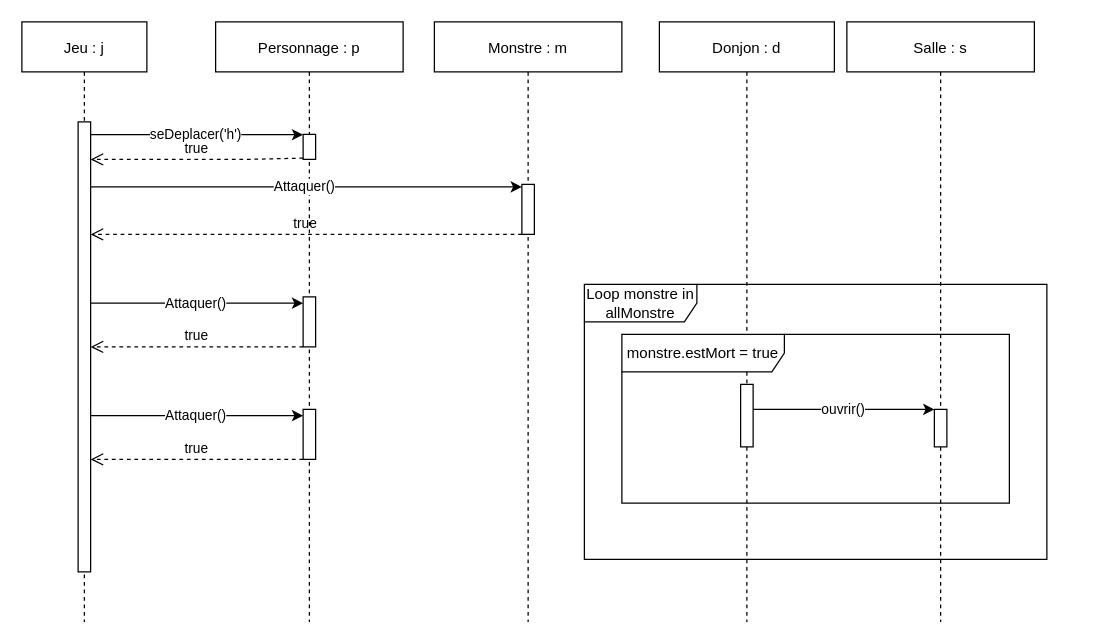
Earlier version of the draw.io diagram Diagrammes/Diagrammes de séquences/Diagramme de sequence - Scenario3.drawio (Eoloc/M1MIAGE_ProjetUML). Source tidied: cells renumbered, new cells numbered last; positions are measured from the earlier drawing's top-left corner, leaving out a move shared by most shapes. Both pictures are drawn from the tidied source at 125%, with x=0, y=0 at pixel (21, 21).
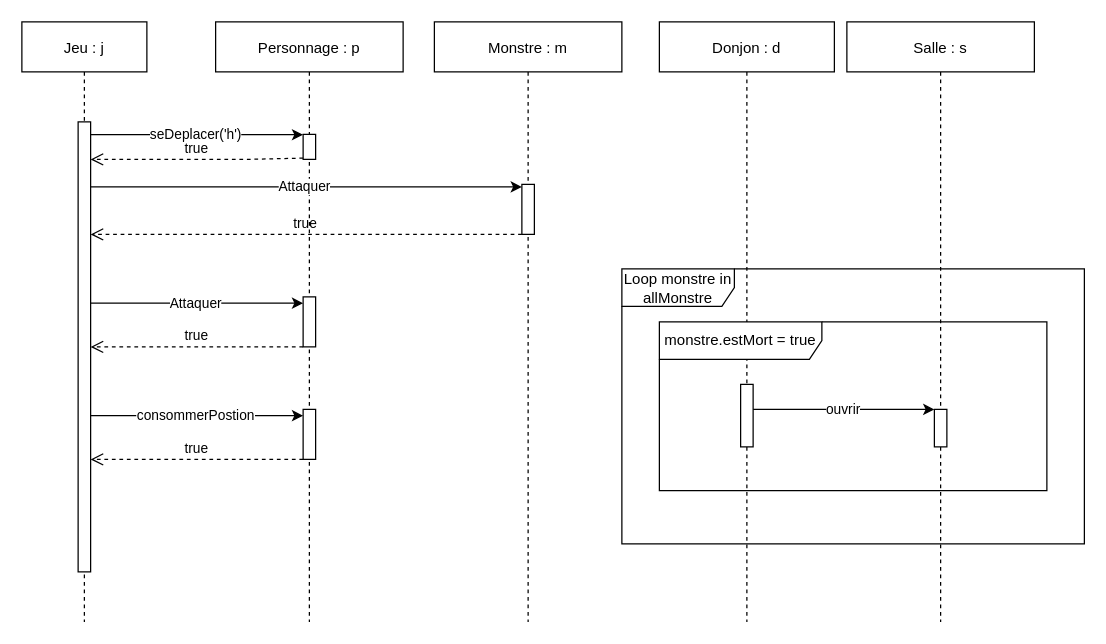
Above is the later version.

The change refers to these unchanged cells:
```xml
<mxCell id="3" style="points=[];perimeter=orthogonalPerimeter;rounded=0;shadow=0;strokeWidth=1;" parent="2" vertex="1">
  <mxGeometry x="45" y="80" width="10" height="360" as="geometry" />
</mxCell>
<mxCell id="7" style="points=[];perimeter=orthogonalPerimeter;rounded=0;shadow=0;strokeWidth=1;" parent="6" vertex="1">
  <mxGeometry x="65" y="290" width="10" height="50" as="geometry" />
</mxCell>
<mxCell id="9" style="points=[];perimeter=orthogonalPerimeter;rounded=0;shadow=0;strokeWidth=1;" parent="8" vertex="1">
  <mxGeometry x="70" y="310" width="10" height="30" as="geometry" />
</mxCell>
<mxCell id="13" style="points=[];perimeter=orthogonalPerimeter;rounded=0;shadow=0;strokeWidth=1;" parent="12" vertex="1">
  <mxGeometry x="70" y="130" width="10" height="40" as="geometry" />
</mxCell>
<mxCell id="16" style="points=[];perimeter=orthogonalPerimeter;rounded=0;shadow=0;strokeWidth=1;" parent="1" vertex="1">
  <mxGeometry x="225" y="220" width="10" height="40" as="geometry" />
</mxCell>
<mxCell id="21" style="points=[];perimeter=orthogonalPerimeter;rounded=0;shadow=0;strokeWidth=1;" parent="1" vertex="1">
  <mxGeometry x="225" y="310" width="10" height="40" as="geometry" />
</mxCell>
```

The edit, as a diff of the source:
```diff
@@
-    <mxCell id="14" value="Attaquer()" style="endArrow=classic;html=1;entryX=0;entryY=0.125;entryDx=0;entryDy=0;entryPerimeter=0;" parent="1" edge="1" source="3" target="16">
-      <mxGeometry x="-0.01" relative="1" as="geometry" />
+    <mxCell id="14" value="Attaquer" style="endArrow=classic;html=1;entryX=0;entryY=0.125;entryDx=0;entryDy=0;entryPerimeter=0;" parent="1" edge="1">
+      <mxGeometry x="-0.01" relative="1" as="geometry">
+        <mxPoint x="55" y="225" as="sourcePoint" />
+        <mxPoint x="225" y="225" as="targetPoint" />
+      </mxGeometry>
     </mxCell>
-    <mxCell id="15" value="Attaquer()" style="endArrow=classic;html=1;entryX=0;entryY=0.05;entryDx=0;entryDy=0;entryPerimeter=0;" parent="1" edge="1" source="3" target="13">
+    <mxCell id="15" value="Attaquer" style="endArrow=classic;html=1;entryX=0;entryY=0.05;entryDx=0;entryDy=0;entryPerimeter=0;" parent="1" edge="1" source="3" target="13">
       <mxGeometry x="-0.01" relative="1" as="geometry" />
     </mxCell>
@@
-    <mxCell id="18" value="ouvrir()" style="endArrow=classic;html=1;entryX=0;entryY=0;entryDx=0;entryDy=0;entryPerimeter=0;" parent="1" edge="1" source="7" target="9">
+    <mxCell id="18" value="ouvrir" style="endArrow=classic;html=1;entryX=0;entryY=0;entryDx=0;entryDy=0;entryPerimeter=0;" parent="1" edge="1" source="7" target="9">
       <mxGeometry x="-0.01" relative="1" as="geometry" />
     </mxCell>
@@
-    <mxCell id="20" value="Attaquer()" style="endArrow=classic;html=1;entryX=0;entryY=0.125;entryDx=0;entryDy=0;entryPerimeter=0;" parent="1" edge="1" source="3" target="21">
+    <mxCell id="20" value="consommerPostion" style="endArrow=classic;html=1;entryX=0;entryY=0.125;entryDx=0;entryDy=0;entryPerimeter=0;" parent="1" edge="1" source="3" target="21">
       <mxGeometry x="-0.01" relative="1" as="geometry" />
     </mxCell>
@@
     <mxCell id="23" value="Loop monstre in allMonstre" style="shape=umlFrame;whiteSpace=wrap;html=1;width=90;height=30;" parent="1" vertex="1">
-      <mxGeometry x="450" y="210" width="370" height="220" as="geometry" />
+      <mxGeometry x="480" y="197.5" width="370" height="220" as="geometry" />
     </mxCell>
     <mxCell id="24" value="monstre.estMort = true" style="shape=umlFrame;whiteSpace=wrap;html=1;width=130;height=30;" parent="1" vertex="1">
-      <mxGeometry x="480" y="250" width="310" height="135" as="geometry" />
+      <mxGeometry x="510" y="240" width="310" height="135" as="geometry" />
     </mxCell>
```
